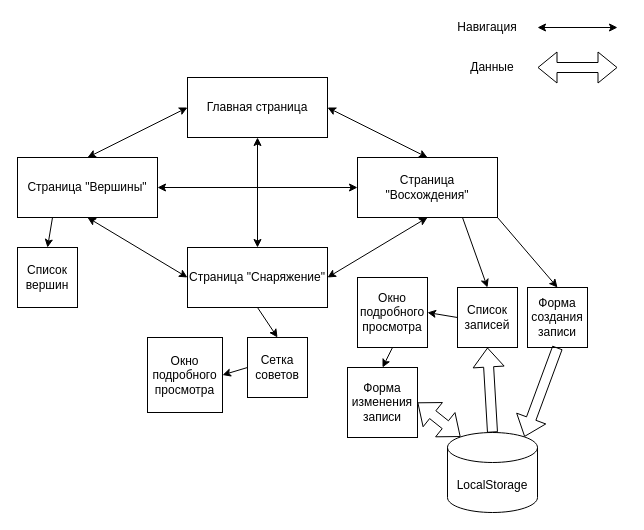
The draw.io diagram report/Диаграмма без названия.drawio in pepukcoder/peakish, before the edit. Source tidied: cells renumbered, new cells numbered last; positions are measured from the earlier drawing's top-left corner, leaving out a move shared by most shapes. Both pictures are drawn from the tidied source at 100%, with x=0, y=0 at pixel (17, 17).
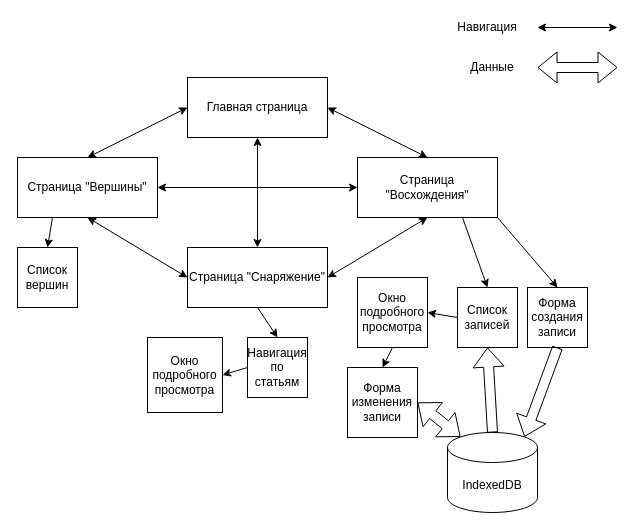
Above is the later version.

The edit, as a diff of the source:
```diff
@@
-    <mxCell id="12" value="LocalStorage" style="shape=cylinder3;whiteSpace=wrap;html=1;boundedLbl=1;backgroundOutline=1;size=15;" parent="1" vertex="1">
+    <mxCell id="12" value="IndexedDB" style="shape=cylinder3;whiteSpace=wrap;html=1;boundedLbl=1;backgroundOutline=1;size=15;" parent="1" vertex="1">
       <mxGeometry x="430" y="415" width="90" height="80" as="geometry" />
     </mxCell>
@@
-    <mxCell id="31" value="Сетка советов" style="whiteSpace=wrap;html=1;" parent="1" vertex="1">
+    <mxCell id="31" value="Навигация по статьям" style="whiteSpace=wrap;html=1;" parent="1" vertex="1">
       <mxGeometry x="230" y="320" width="60" height="60" as="geometry" />
     </mxCell>
```
